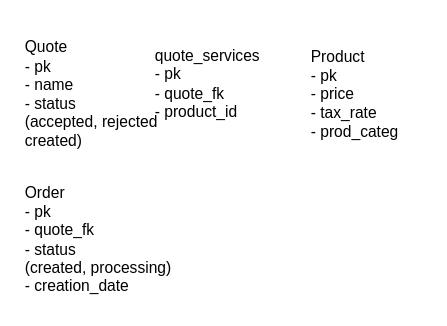
mjmhtjain/meisterwerk keeps this draw.io diagram as misc/Meisterwerk.drawio. Above is the earlier version. Source tidied: cells renumbered, new cells numbered last; positions are measured from the earlier drawing's top-left corner, leaving out a move shared by most shapes. Both pictures are drawn from the tidied source at 130%, with x=0, y=0 at pixel (22, 29).
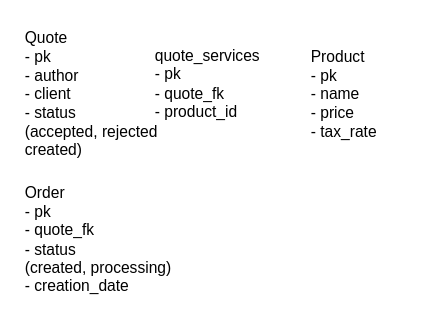
The same page after the edit.

Diff of the diagram source:
```diff
@@
 <mxGraphModel>
   <root>
     <mxCell id="0" />
     <mxCell id="1" parent="0" />
-    <mxCell id="2" value="Product&lt;div&gt;- pk&lt;/div&gt;&lt;div&gt;- price&lt;/div&gt;&lt;div&gt;- tax_rate&lt;/div&gt;&lt;div&gt;- prod_categ&lt;/div&gt;" style="text;html=1;align=left;verticalAlign=middle;strokeColor=none;fillColor=none;" parent="1" vertex="1">
-      <mxGeometry x="220" y="5" width="90" height="90" as="geometry" />
+    <mxCell id="2" value="Product&lt;div&gt;- pk&lt;/div&gt;&lt;div&gt;- name&lt;/div&gt;&lt;div&gt;- price&lt;/div&gt;&lt;div&gt;- tax_rate&lt;/div&gt;" style="text;html=1;align=left;verticalAlign=middle;strokeColor=none;fillColor=none;" parent="1" vertex="1">
+      <mxGeometry x="220" y="5" width="70" height="90" as="geometry" />
     </mxCell>
-    <mxCell id="3" value="Quote&lt;div&gt;- pk&lt;/div&gt;&lt;div&gt;- name&lt;/div&gt;&lt;div&gt;- status&lt;/div&gt;&lt;div&gt;(accepted, rejected&lt;/div&gt;&lt;div&gt;created)&lt;/div&gt;" style="text;html=1;align=left;verticalAlign=middle;strokeColor=none;fillColor=none;" parent="1" vertex="1">
-      <mxGeometry width="130" height="100" as="geometry" />
+    <mxCell id="3" value="Quote&lt;div&gt;- pk&lt;/div&gt;&lt;div&gt;- author&lt;/div&gt;&lt;div&gt;- client&lt;/div&gt;&lt;div&gt;- status&lt;/div&gt;&lt;div&gt;(accepted, rejected&lt;/div&gt;&lt;div&gt;created)&lt;/div&gt;" style="text;html=1;align=left;verticalAlign=middle;strokeColor=none;fillColor=none;" parent="1" vertex="1">
+      <mxGeometry y="-5" width="130" height="110" as="geometry" />
     </mxCell>
     <mxCell id="4" value="quote_services&lt;div&gt;- pk&lt;/div&gt;&lt;div&gt;- quote_fk&lt;/div&gt;&lt;div&gt;- product_id&lt;/div&gt;" style="text;html=1;align=left;verticalAlign=middle;strokeColor=none;fillColor=none;" parent="1" vertex="1">
       <mxGeometry x="100" y="7" width="100" height="70" as="geometry" />
     </mxCell>
     <mxCell id="5" value="Order&lt;div&gt;- pk&lt;/div&gt;&lt;div&gt;- quote_fk&lt;/div&gt;&lt;div&gt;- status&lt;/div&gt;&lt;div&gt;(created, processing)&lt;/div&gt;&lt;div&gt;- creation_date&lt;/div&gt;" style="text;html=1;align=left;verticalAlign=middle;strokeColor=none;fillColor=none;" parent="1" vertex="1">
       <mxGeometry y="112" width="140" height="100" as="geometry" />
     </mxCell>
   </root>
 </mxGraphModel>
```
